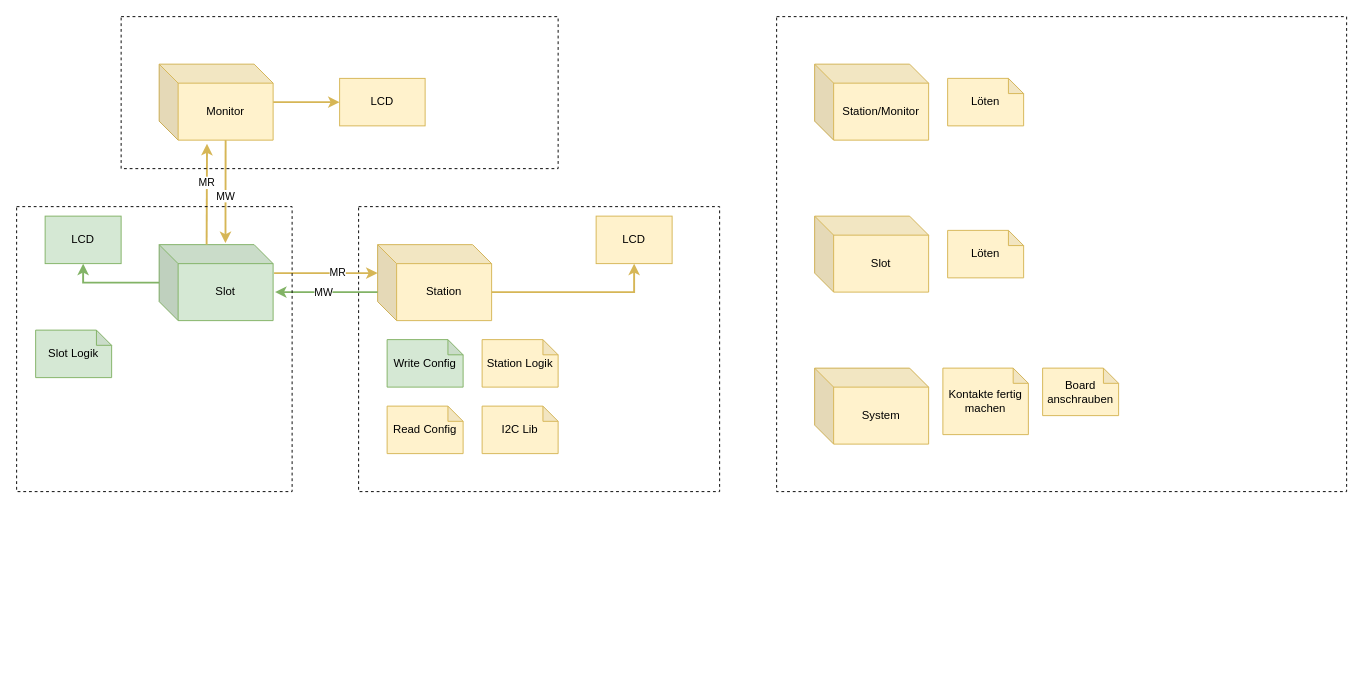
Before: slotted-ring.drawio in OleVoss/slotted-ring, a draw.io diagram. Source tidied: cells renumbered, new cells numbered last; positions are measured from the earlier drawing's top-left corner, leaving out a move shared by most shapes. Both pictures are drawn from the tidied source at 95%, with x=0, y=0 at pixel (16, 16).
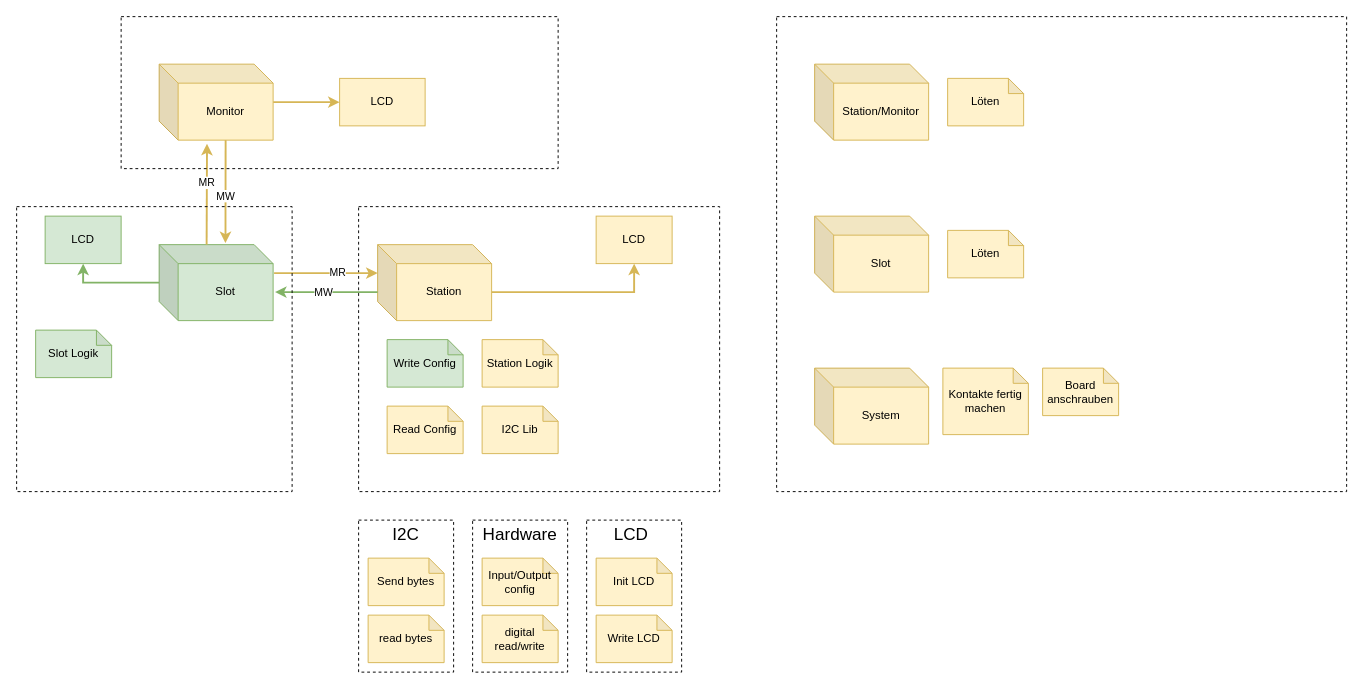
The same diagram, later.

The edit, as a diff of the source:
```diff
@@
+    <mxCell id="35" style="rounded=0;whiteSpace=wrap;html=1;fillColor=none;dashed=1;" parent="1" vertex="1">
+      <mxGeometry x="360" y="530" width="100" height="160" as="geometry" />
+    </mxCell>
+    <mxCell id="36" value="Send bytes" style="shape=note;whiteSpace=wrap;html=1;backgroundOutline=1;darkOpacity=0.05;strokeWidth=1;fillColor=#fff2cc;strokeColor=#d6b656;size=16;" parent="1" vertex="1">
+      <mxGeometry x="370" y="570" width="80" height="50" as="geometry" />
+    </mxCell>
+    <mxCell id="37" value="read bytes" style="shape=note;whiteSpace=wrap;html=1;backgroundOutline=1;darkOpacity=0.05;strokeWidth=1;fillColor=#fff2cc;strokeColor=#d6b656;size=16;" parent="1" vertex="1">
+      <mxGeometry x="370" y="630" width="80" height="50" as="geometry" />
+    </mxCell>
+    <mxCell id="38" style="rounded=0;whiteSpace=wrap;html=1;fillColor=none;dashed=1;" parent="1" vertex="1">
+      <mxGeometry x="480" y="530" width="100" height="160" as="geometry" />
+    </mxCell>
+    <mxCell id="39" value="Input/Output config" style="shape=note;whiteSpace=wrap;html=1;backgroundOutline=1;darkOpacity=0.05;strokeWidth=1;fillColor=#fff2cc;strokeColor=#d6b656;size=16;" parent="1" vertex="1">
+      <mxGeometry x="490" y="570" width="80" height="50" as="geometry" />
+    </mxCell>
+    <mxCell id="40" value="digital read/write" style="shape=note;whiteSpace=wrap;html=1;backgroundOutline=1;darkOpacity=0.05;strokeWidth=1;fillColor=#fff2cc;strokeColor=#d6b656;size=16;" parent="1" vertex="1">
+      <mxGeometry x="490" y="630" width="80" height="50" as="geometry" />
+    </mxCell>
+    <mxCell id="41" style="rounded=0;whiteSpace=wrap;html=1;fillColor=none;dashed=1;" parent="1" vertex="1">
+      <mxGeometry x="600" y="530" width="100" height="160" as="geometry" />
+    </mxCell>
+    <mxCell id="42" value="Init LCD" style="shape=note;whiteSpace=wrap;html=1;backgroundOutline=1;darkOpacity=0.05;strokeWidth=1;fillColor=#fff2cc;strokeColor=#d6b656;size=16;" parent="1" vertex="1">
+      <mxGeometry x="610" y="570" width="80" height="50" as="geometry" />
+    </mxCell>
+    <mxCell id="43" value="Write LCD" style="shape=note;whiteSpace=wrap;html=1;backgroundOutline=1;darkOpacity=0.05;strokeWidth=1;fillColor=#fff2cc;strokeColor=#d6b656;size=16;" parent="1" vertex="1">
+      <mxGeometry x="610" y="630" width="80" height="50" as="geometry" />
+    </mxCell>
+    <mxCell id="44" value="I2C" style="text;html=1;strokeColor=none;fillColor=none;align=center;verticalAlign=middle;whiteSpace=wrap;rounded=0;dashed=1;fontSize=18;" parent="1" vertex="1">
+      <mxGeometry x="390" y="535" width="40" height="20" as="geometry" />
+    </mxCell>
+    <mxCell id="45" value="Hardware" style="text;html=1;strokeColor=none;fillColor=none;align=center;verticalAlign=middle;whiteSpace=wrap;rounded=0;dashed=1;fontSize=18;" parent="1" vertex="1">
+      <mxGeometry x="510" y="535" width="40" height="20" as="geometry" />
+    </mxCell>
+    <mxCell id="46" value="&lt;font style=&quot;font-size: 18px&quot;&gt;LCD&lt;/font&gt;" style="text;html=1;strokeColor=none;fillColor=none;align=center;verticalAlign=middle;whiteSpace=wrap;rounded=0;dashed=1;" parent="1" vertex="1">
+      <mxGeometry x="627" y="535" width="40" height="20" as="geometry" />
+    </mxCell>
```
